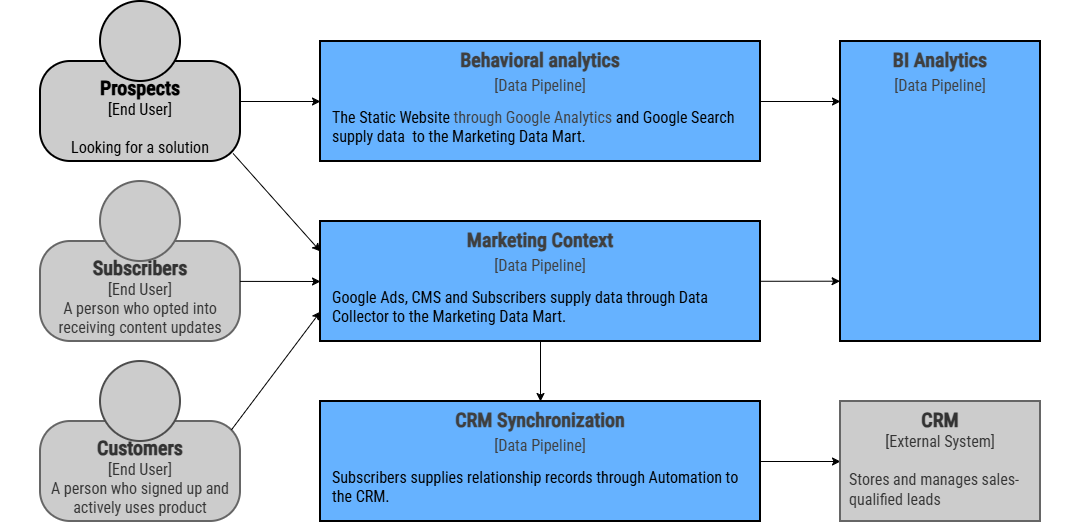
software-architecture-guild/modeling-software-architecture keeps this draw.io diagram as chapter-10/figure-10.07.drawio.png. Above is the earlier version. Source tidied: cells renumbered, new cells last; positions are measured from the earlier drawing's top-left corner, leaving out a move shared by most shapes.
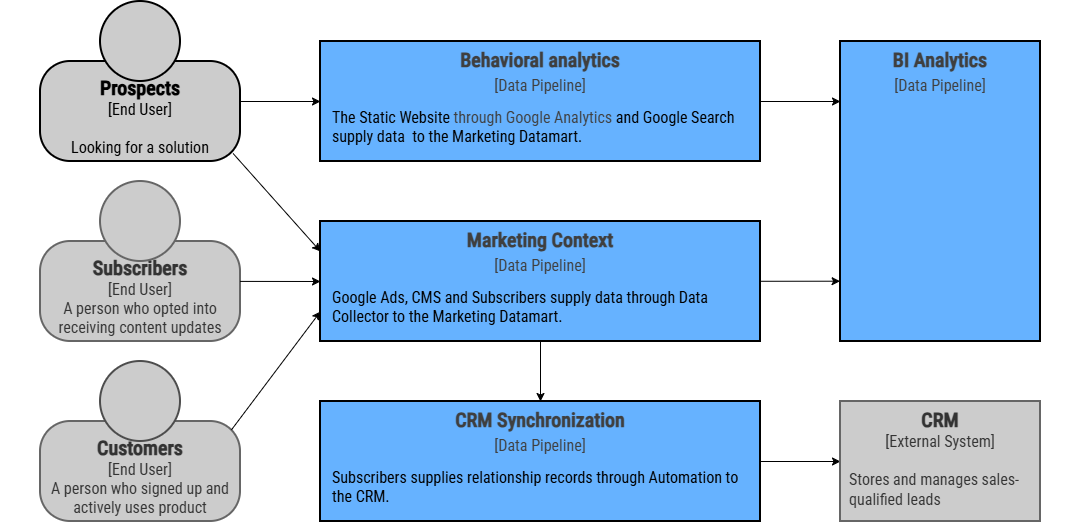
The same diagram one commit later.

Diff of the diagram source:
```diff
@@ -55,7 +55,7 @@
         <mxPoint x="540" y="400" as="targetPoint" />
       </mxGeometry>
     </mxCell>
-    <mxCell id="17" value="&lt;span style=&quot;white-space-collapse: preserve;&quot;&gt;Google Ads, CMS and Subscribers supply data through Data Collector to the Marketing Data Mart.&lt;/span&gt;" style="text;whiteSpace=wrap;html=1;fontFamily=Roboto Condensed;fontSource=https%3A%2F%2Ffonts.googleapis.com%2Fcss%3Ffamily%3DRoboto%2BCondensed;fontSize=16;" parent="1" vertex="1">
+    <mxCell id="17" value="&lt;span style=&quot;white-space-collapse: preserve;&quot;&gt;Google Ads, CMS and Subscribers supply data through Data Collector to the Marketing Datamart.&lt;/span&gt;" style="text;whiteSpace=wrap;html=1;fontFamily=Roboto Condensed;fontSource=https%3A%2F%2Ffonts.googleapis.com%2Fcss%3Ffamily%3DRoboto%2BCondensed;fontSize=16;" parent="1" vertex="1">
       <mxGeometry x="330" y="280" width="420" height="60" as="geometry" />
     </mxCell>
     <mxCell id="18" style="edgeStyle=none;shape=connector;rounded=0;html=1;strokeColor=#000000;align=center;verticalAlign=middle;fontFamily=IBM Plex Mono;fontSource=https%3A%2F%2Ffonts.googleapis.com%2Fcss%3Ffamily%3DIBM%2BPlex%2BMono;fontSize=11;fontColor=#000000;labelBackgroundColor=default;endArrow=classic;" parent="1" edge="1" target="23">
@@ -93,7 +93,7 @@
     <mxCell id="25" value="&lt;b style=&quot;color: rgb(63, 63, 63); scrollbar-color: rgba(100, 100, 100, 0.4) rgb(255, 255, 255);&quot;&gt;Behavioral analytics&lt;/b&gt;&lt;br style=&quot;color: rgb(63, 63, 63); scrollbar-color: rgba(100, 100, 100, 0.4) rgb(255, 255, 255);&quot;&gt;&lt;font style=&quot;color: rgb(63, 63, 63); scrollbar-color: rgba(100, 100, 100, 0.4) rgb(255, 255, 255); font-size: 16px;&quot;&gt;[Data Pipeline]&lt;/font&gt;" style="rounded=0;whiteSpace=wrap;html=1;strokeWidth=2;fillColor=#66B2FF;strokeColor=#000000;verticalAlign=top;fontFamily=Roboto Condensed;fontSource=https%3A%2F%2Ffonts.googleapis.com%2Fcss%3Ffamily%3DRoboto%2BCondensed;fontSize=20;" parent="1" vertex="1">
       <mxGeometry x="320" y="40" width="440" height="120" as="geometry" />
     </mxCell>
-    <mxCell id="26" value="&lt;b style=&quot;font-weight:normal;&quot; id=&quot;docs-internal-guid-c34b7723-7fff-1865-808b-2f03c13990a0&quot;&gt;&lt;span style=&quot;background-color: transparent; font-weight: 400; font-style: normal; font-variant: normal; text-decoration: none; vertical-align: baseline; white-space: pre-wrap;&quot;&gt;The Static Website &lt;span id=&quot;docs-internal-guid-c34b7723-7fff-1865-808b-2f03c13990a0&quot; style=&quot;color: rgb(63, 63, 63); scrollbar-color: rgba(100, 100, 100, 0.4) rgb(255, 255, 255); white-space: normal;&quot;&gt;&lt;span style=&quot;color: rgb(63, 63, 63); scrollbar-color: rgba(100, 100, 100, 0.4) rgb(255, 255, 255); background-color: transparent; font-variant: normal; vertical-align: baseline; white-space: pre-wrap;&quot;&gt;through Google Analytics&lt;/span&gt;&lt;/span&gt; and Google Search supply data  to the Marketing Data Mart.&lt;/span&gt;&lt;/b&gt;" style="text;whiteSpace=wrap;html=1;fontFamily=Roboto Condensed;fontSource=https%3A%2F%2Ffonts.googleapis.com%2Fcss%3Ffamily%3DRoboto%2BCondensed;fontSize=16;" parent="1" vertex="1">
+    <mxCell id="26" value="&lt;b style=&quot;font-weight:normal;&quot; id=&quot;docs-internal-guid-c34b7723-7fff-1865-808b-2f03c13990a0&quot;&gt;&lt;span style=&quot;background-color: transparent; font-weight: 400; font-style: normal; font-variant: normal; text-decoration: none; vertical-align: baseline; white-space: pre-wrap;&quot;&gt;The Static Website &lt;span id=&quot;docs-internal-guid-c34b7723-7fff-1865-808b-2f03c13990a0&quot; style=&quot;color: rgb(63, 63, 63); scrollbar-color: rgba(100, 100, 100, 0.4) rgb(255, 255, 255); white-space: normal;&quot;&gt;&lt;span style=&quot;color: rgb(63, 63, 63); scrollbar-color: rgba(100, 100, 100, 0.4) rgb(255, 255, 255); background-color: transparent; font-variant: normal; vertical-align: baseline; white-space: pre-wrap;&quot;&gt;through Google Analytics&lt;/span&gt;&lt;/span&gt; and Google Search supply data  to the Marketing Datamart.&lt;/span&gt;&lt;/b&gt;" style="text;whiteSpace=wrap;html=1;fontFamily=Roboto Condensed;fontSource=https%3A%2F%2Ffonts.googleapis.com%2Fcss%3Ffamily%3DRoboto%2BCondensed;fontSize=16;" parent="1" vertex="1">
       <mxGeometry x="330" y="100" width="420" height="60" as="geometry" />
     </mxCell>
     <mxCell id="27" value="&lt;b style=&quot;color: rgb(63, 63, 63); scrollbar-color: rgba(100, 100, 100, 0.4) rgb(255, 255, 255);&quot;&gt;BI Analytics&lt;/b&gt;&lt;br style=&quot;color: rgb(63, 63, 63); scrollbar-color: rgba(100, 100, 100, 0.4) rgb(255, 255, 255);&quot;&gt;&lt;font style=&quot;color: rgb(63, 63, 63); scrollbar-color: rgba(100, 100, 100, 0.4) rgb(255, 255, 255); font-size: 16px;&quot;&gt;[Data Pipeline]&lt;/font&gt;" style="rounded=0;whiteSpace=wrap;html=1;strokeWidth=2;fillColor=#66B2FF;strokeColor=#000000;verticalAlign=top;fontFamily=Roboto Condensed;fontSource=https%3A%2F%2Ffonts.googleapis.com%2Fcss%3Ffamily%3DRoboto%2BCondensed;fontSize=20;" parent="1" vertex="1">
```
